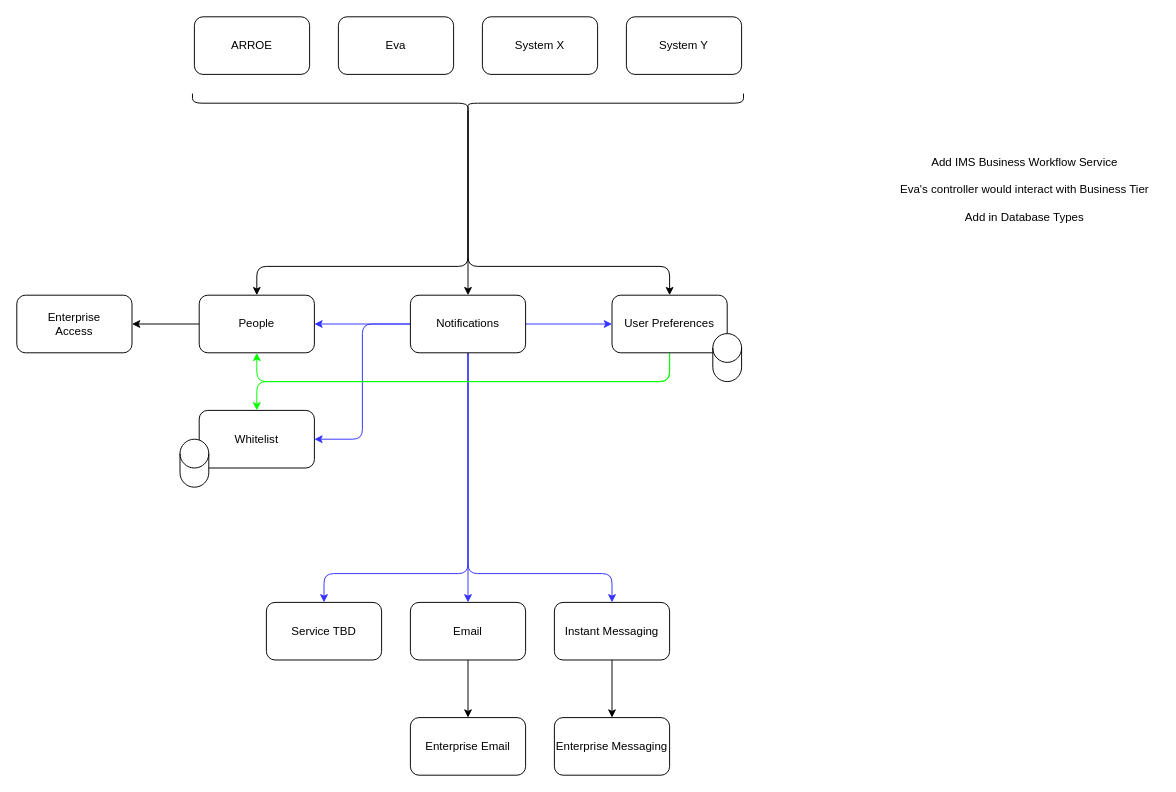
Earlier version of the draw.io diagram Drawings/Microservices/Architecture/Microservices Architecture.drawio (RMSLowside/rmslow). Source tidied: cells renumbered, new cells numbered last; positions are measured from the earlier drawing's top-left corner, leaving out a move shared by most shapes. Both pictures are drawn from the tidied source at 96%, with x=0, y=0 at pixel (16, 16).
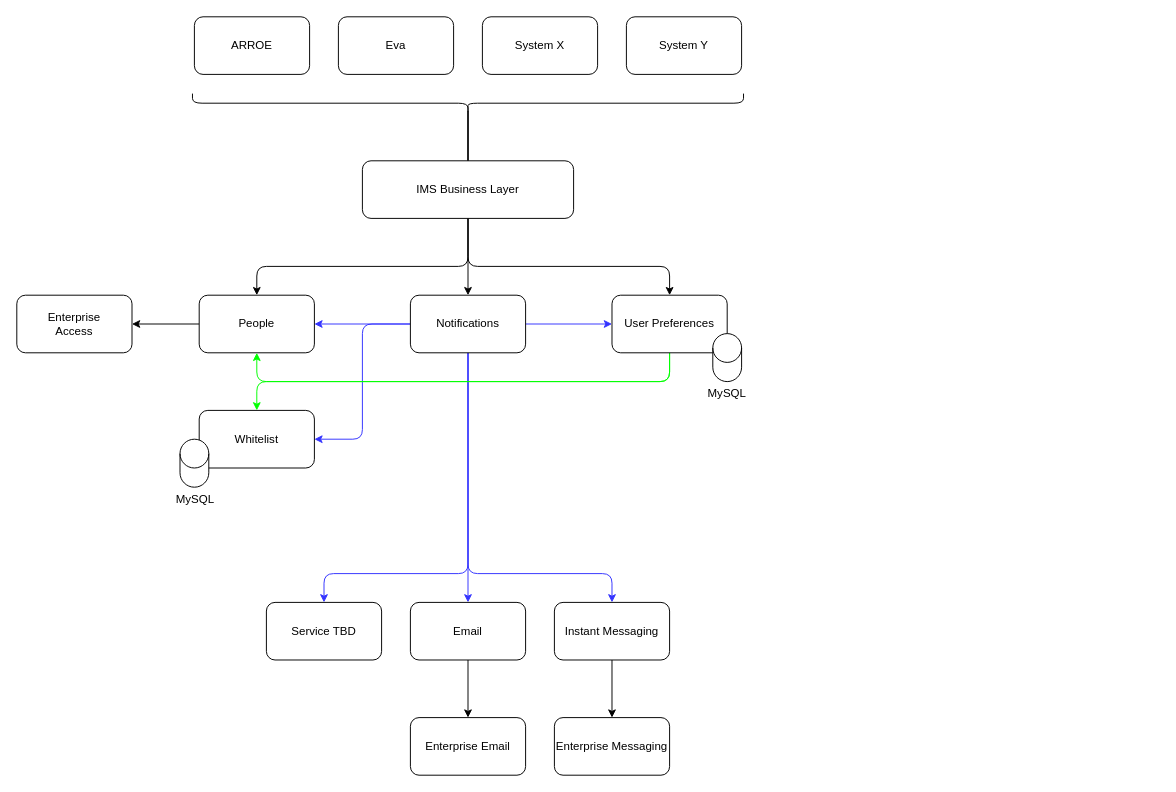
Above is the later version.

What changed in the source:
```diff
@@
-    <mxCell id="33" value="Add IMS Business Workflow Service&lt;br&gt;&lt;br&gt;Eva's controller would interact with Business Tier&lt;br&gt;&lt;br&gt;Add in Database Types" style="text;html=1;strokeColor=none;fillColor=none;align=center;verticalAlign=middle;whiteSpace=wrap;rounded=0;" parent="1" vertex="1">
-      <mxGeometry x="910" y="170" width="280" height="20" as="geometry" />
-    </mxCell>
+    <mxCell id="34" value="MySQL" style="text;html=1;strokeColor=none;fillColor=none;align=center;verticalAlign=middle;whiteSpace=wrap;rounded=0;" parent="1" vertex="1">
+      <mxGeometry x="720" y="383" width="40" height="20" as="geometry" />
+    </mxCell>
+    <mxCell id="35" value="MySQL" style="text;html=1;strokeColor=none;fillColor=none;align=center;verticalAlign=middle;whiteSpace=wrap;rounded=0;" parent="1" vertex="1">
+      <mxGeometry x="166" y="493" width="40" height="20" as="geometry" />
+    </mxCell>
+    <mxCell id="36" value="IMS Business Layer" style="rounded=1;whiteSpace=wrap;html=1;" parent="1" vertex="1">
+      <mxGeometry x="360" y="150" width="220" height="60" as="geometry" />
+    </mxCell>
```
